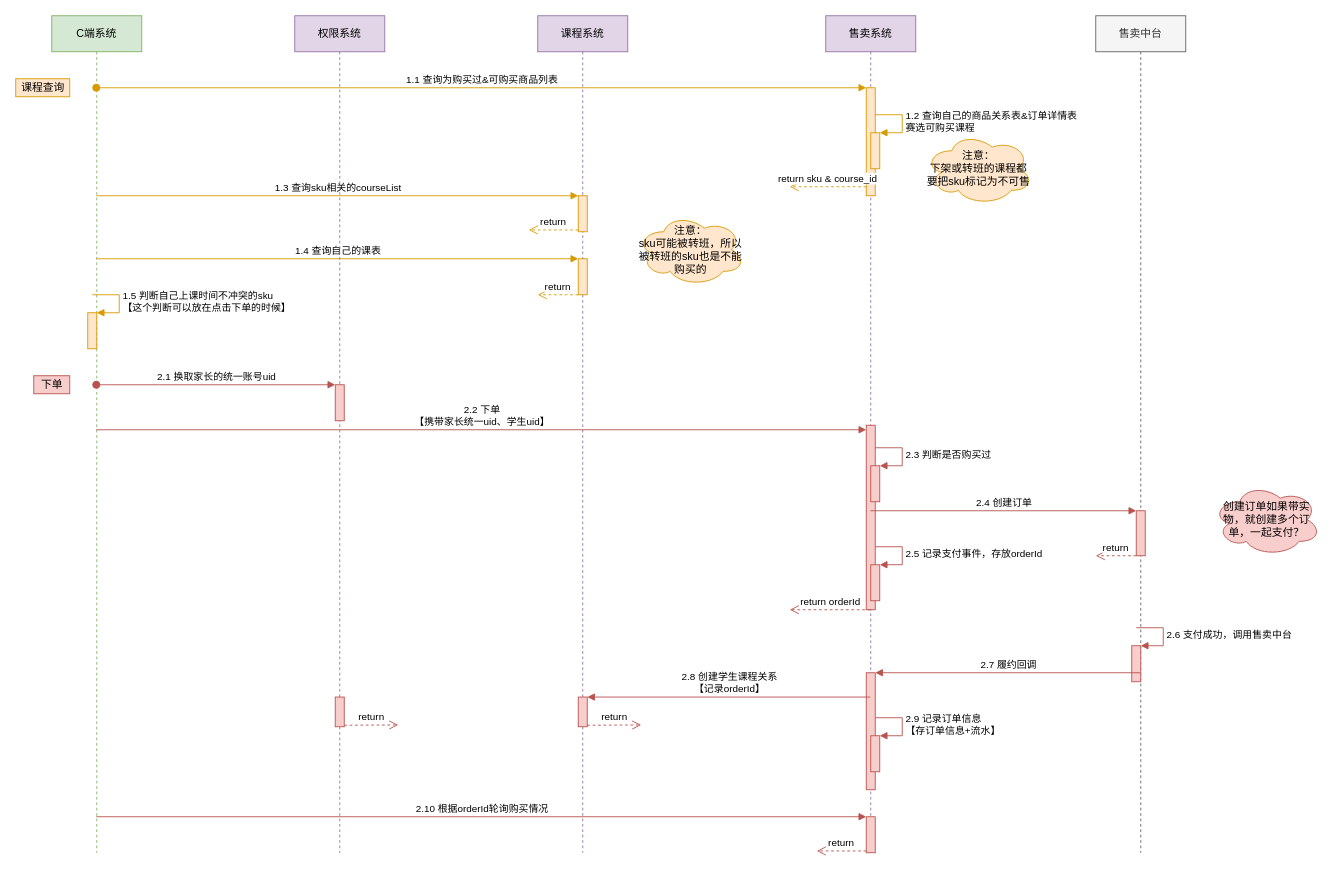
wgyuuu/flow_chart keeps this draw.io diagram as 330-整体流程-家长买课.drawio. Above is the earlier version. Source tidied: cells renumbered, new cells numbered last; positions are measured from the earlier drawing's top-left corner, leaving out a move shared by most shapes. Both pictures are drawn from the tidied source at 90%, with x=0, y=0 at pixel (15, 15).
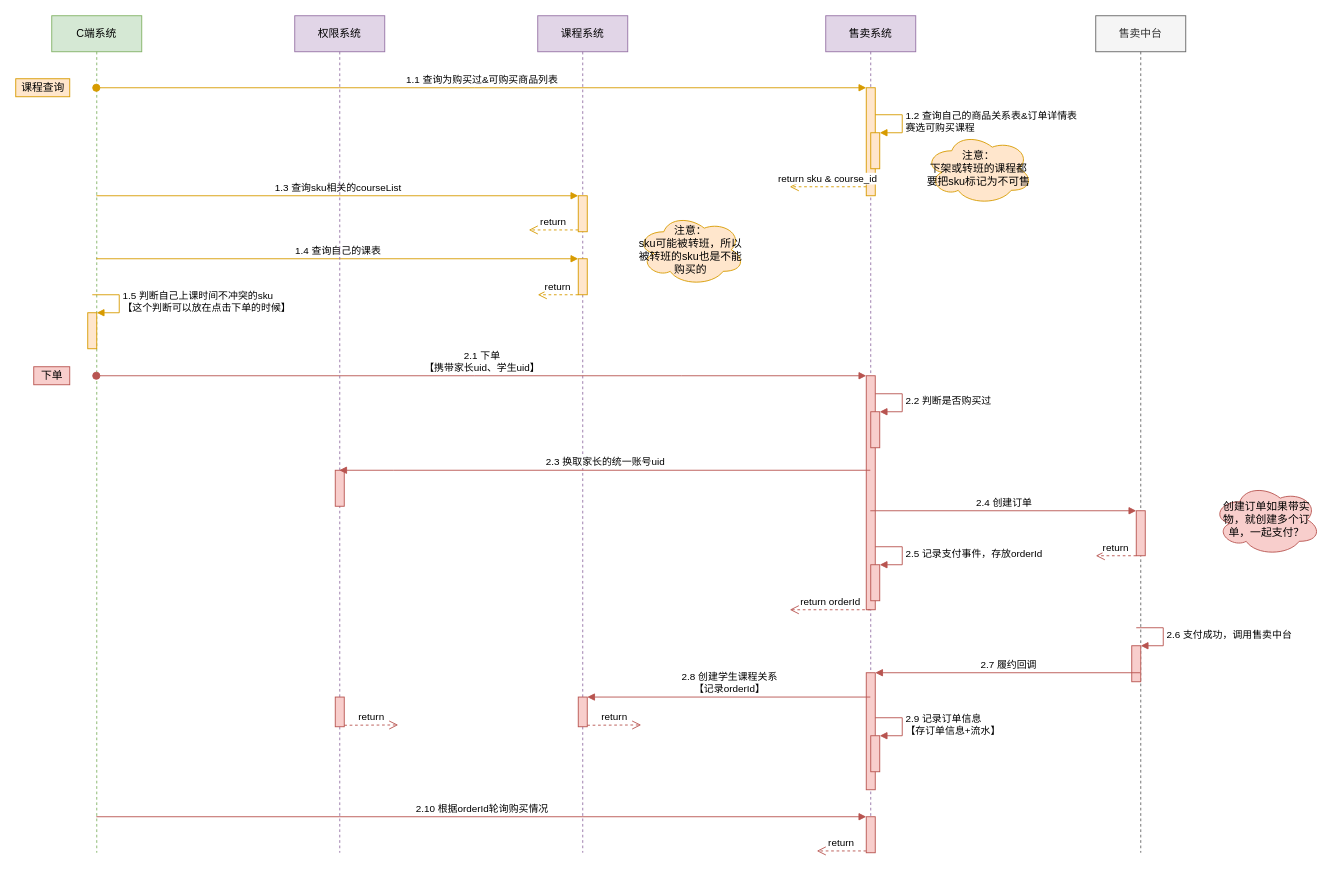
The same diagram, later.

Commit message:
Update 330-整体流程-家长买课.drawio

The change refers to these unchanged cells:
```xml
<mxCell id="2" value="C端系统" style="shape=umlLifeline;perimeter=lifelinePerimeter;whiteSpace=wrap;html=1;outlineConnect=0;fillColor=#d5e8d4;strokeColor=#82b366;" parent="1" vertex="1">
  <mxGeometry x="40" width="100" height="930" as="geometry" />
</mxCell>
<mxCell id="12" value="售卖系统" style="shape=umlLifeline;perimeter=lifelinePerimeter;whiteSpace=wrap;html=1;fillColor=#e1d5e7;strokeColor=#9673a6;" parent="1" vertex="1">
  <mxGeometry x="900" width="100" height="930" as="geometry" />
</mxCell>
<mxCell id="44" value="权限系统" style="shape=umlLifeline;perimeter=lifelinePerimeter;whiteSpace=wrap;html=1;fillColor=#e1d5e7;strokeColor=#9673a6;" parent="1" vertex="1">
  <mxGeometry x="310" width="100" height="930" as="geometry" />
</mxCell>
```

Change to the diagram source:
```diff
@@
     <mxCell id="16" style="html=1;points=[];perimeter=orthogonalPerimeter;fillColor=#f8cecc;strokeColor=#b85450;" parent="12" vertex="1">
-      <mxGeometry x="45" y="455" width="10" height="205" as="geometry" />
+      <mxGeometry x="45" y="400" width="10" height="260" as="geometry" />
     </mxCell>
     <mxCell id="17" style="html=1;points=[];perimeter=orthogonalPerimeter;fillColor=#f8cecc;strokeColor=#b85450;" parent="12" vertex="1">
-      <mxGeometry x="50" y="500" width="10" height="40" as="geometry" />
+      <mxGeometry x="50" y="440" width="10" height="40" as="geometry" />
     </mxCell>
-    <mxCell id="18" value="2.3 判断是否购买过" style="edgeStyle=orthogonalEdgeStyle;html=1;align=left;spacingLeft=2;endArrow=block;rounded=0;entryX=1;entryY=0;fillColor=#f8cecc;strokeColor=#b85450;" parent="12" edge="1" target="17">
+    <mxCell id="18" value="2.2 判断是否购买过" style="edgeStyle=orthogonalEdgeStyle;html=1;align=left;spacingLeft=2;endArrow=block;rounded=0;entryX=1;entryY=0;fillColor=#f8cecc;strokeColor=#b85450;" parent="12" edge="1" target="17">
       <mxGeometry relative="1" as="geometry">
-        <mxPoint x="55" y="480" as="sourcePoint" />
+        <mxPoint x="55" y="420" as="sourcePoint" />
         <Array as="points">
-          <mxPoint x="85" y="480" />
+          <mxPoint x="85" y="420" />
         </Array>
       </mxGeometry>
     </mxCell>
@@
-    <mxCell id="38" value="2.2 下单&lt;br&gt;【携带家长统一uid、学生uid】" style="html=1;verticalAlign=bottom;startArrow=none;endArrow=block;startSize=8;rounded=0;fillColor=#f8cecc;strokeColor=#b85450;startFill=0;" parent="1" edge="1" target="16">
+    <mxCell id="38" value="2.1 下单&lt;br&gt;【携带家长uid、学生uid】" style="html=1;verticalAlign=bottom;startArrow=oval;endArrow=block;startSize=8;rounded=0;fillColor=#f8cecc;strokeColor=#b85450;startFill=1;" parent="1" edge="1" source="2" target="16">
       <mxGeometry relative="1" as="geometry">
-        <mxPoint x="89.5" y="460" as="sourcePoint" />
         <Array as="points">
-          <mxPoint x="500" y="460" />
+          <mxPoint x="510" y="400" />
+          <mxPoint x="740" y="400" />
         </Array>
       </mxGeometry>
     </mxCell>
@@
     <mxCell id="47" style="html=1;points=[];perimeter=orthogonalPerimeter;fillColor=#f8cecc;strokeColor=#b85450;" parent="44" vertex="1">
-      <mxGeometry x="45" y="410" width="10" height="40" as="geometry" />
+      <mxGeometry x="45" y="505" width="10" height="40" as="geometry" />
     </mxCell>
-    <mxCell id="48" value="2.1 换取家长的统一账号uid" style="html=1;verticalAlign=bottom;startArrow=oval;endArrow=block;startSize=8;rounded=0;fillColor=#f8cecc;strokeColor=#b85450;" parent="1" edge="1" source="2" target="47">
-      <mxGeometry relative="1" as="geometry">
-        <Array as="points">
-          <mxPoint x="160" y="410" />
-        </Array>
-      </mxGeometry>
-    </mxCell>
     <mxCell id="49" value="下单" style="text;html=1;align=center;verticalAlign=middle;strokeColor=#b85450;fillColor=#f8cecc;" parent="1" vertex="1">
-      <mxGeometry x="20" y="400" width="40" height="20" as="geometry" />
+      <mxGeometry x="20" y="390" width="40" height="20" as="geometry" />
     </mxCell>
@@
+    <mxCell id="51" value="2.3 换取家长的统一账号uid" style="html=1;verticalAlign=bottom;endArrow=block;rounded=0;fillColor=#f8cecc;strokeColor=#b85450;" parent="1" edge="1">
+      <mxGeometry relative="1" as="geometry">
+        <mxPoint x="949.5" y="505" as="sourcePoint" />
+        <mxPoint x="359.5" y="505" as="targetPoint" />
+        <Array as="points">
+          <mxPoint x="420" y="505" />
+        </Array>
+      </mxGeometry>
+    </mxCell>
```
